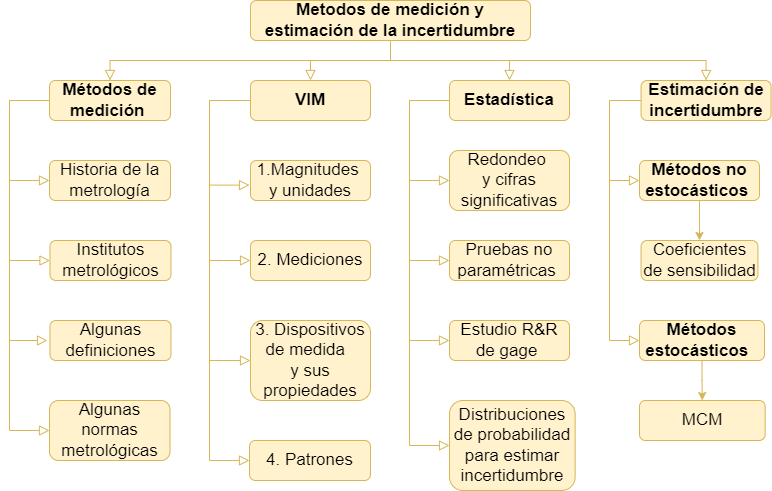
Earlier version of the draw.io export imagen/MMEI.png (estadisticaITM/estadisticaITM.github.io). Source tidied: cells renumbered, new cells last; positions are measured from the earlier drawing's top-left corner, leaving out a move shared by most shapes.
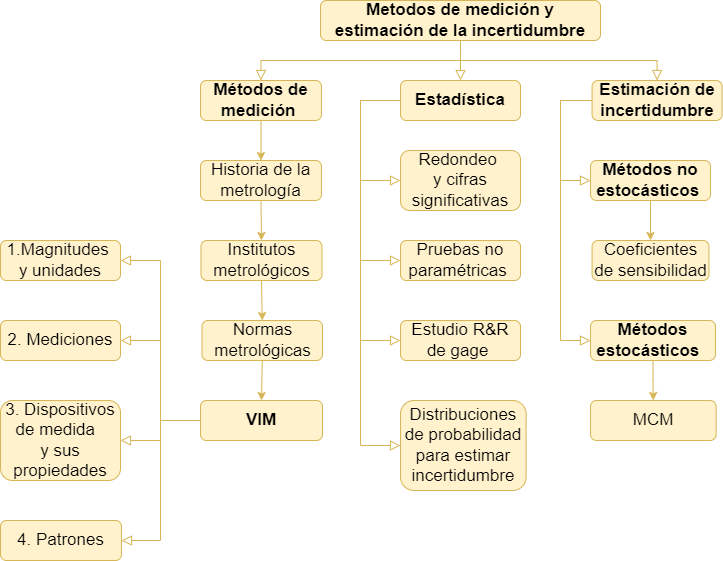
Later version of the same file.

What changed in the source:
```diff
@@ -5,33 +5,25 @@
     <mxCell id="2" style="rounded=0;html=1;jettySize=auto;fontSize=17;endArrow=block;endFill=0;endSize=8;strokeWidth=1;shadow=0;labelBackgroundColor=none;edgeStyle=orthogonalEdgeStyle;fillColor=#fff2cc;strokeColor=#d6b656;exitX=0.5;exitY=1;exitDx=0;exitDy=0;entryX=0.5;entryY=0;entryDx=0;entryDy=0;" parent="1" edge="1" source="3" target="5">
       <mxGeometry relative="1" as="geometry">
         <Array as="points">
-          <mxPoint x="381" y="60" />
-          <mxPoint x="101" y="60" />
+          <mxPoint x="500" y="60" />
+          <mxPoint x="301" y="60" />
         </Array>
       </mxGeometry>
     </mxCell>
     <mxCell id="3" value="&lt;b&gt;Metodos de medición y estimación de la incertidumbre&lt;/b&gt;" style="rounded=1;whiteSpace=wrap;html=1;fontSize=17;glass=0;strokeWidth=1;shadow=0;fillColor=#fff2cc;strokeColor=#d6b656;" parent="1" vertex="1">
-      <mxGeometry x="241" width="280" height="40" as="geometry" />
+      <mxGeometry x="360" width="280" height="40" as="geometry" />
     </mxCell>
     <mxCell id="4" style="edgeStyle=orthogonalEdgeStyle;rounded=0;html=1;jettySize=auto;fontSize=17;endArrow=block;endFill=0;endSize=8;strokeWidth=1;shadow=0;labelBackgroundColor=none;fillColor=#fff2cc;strokeColor=#d6b656;exitX=0.5;exitY=1;exitDx=0;exitDy=0;entryX=0.5;entryY=0;entryDx=0;entryDy=0;" parent="1" edge="1" source="3" target="10">
       <mxGeometry y="10" relative="1" as="geometry">
         <Array as="points">
-          <mxPoint x="381" y="60" />
+          <mxPoint x="500" y="60" />
           <mxPoint x="697" y="60" />
         </Array>
       </mxGeometry>
     </mxCell>
     <mxCell id="5" value="Métodos de medición&amp;nbsp;" style="rounded=1;whiteSpace=wrap;html=1;fontSize=17;glass=0;strokeWidth=1;shadow=0;fillColor=#fff2cc;strokeColor=#d6b656;fontStyle=1;" parent="1" vertex="1">
-      <mxGeometry x="40" y="80" width="121" height="40" as="geometry" />
+      <mxGeometry x="240" y="80" width="121" height="40" as="geometry" />
     </mxCell>
-    <mxCell id="6" style="rounded=0;html=1;jettySize=auto;fontSize=17;endArrow=block;endFill=0;endSize=8;strokeWidth=1;shadow=0;labelBackgroundColor=none;edgeStyle=orthogonalEdgeStyle;fillColor=#fff2cc;strokeColor=#d6b656;exitX=0.5;exitY=1;exitDx=0;exitDy=0;entryX=0.5;entryY=0;entryDx=0;entryDy=0;" parent="1" edge="1" source="3" target="8">
-      <mxGeometry x="0.33" y="20" relative="1" as="geometry">
-        <Array as="points">
-          <mxPoint x="335" y="60" />
-          <mxPoint x="300" y="60" />
-        </Array>
-      </mxGeometry>
-    </mxCell>
     <mxCell id="7" style="edgeStyle=orthogonalEdgeStyle;rounded=0;html=1;jettySize=auto;fontSize=17;endArrow=block;endFill=0;endSize=8;strokeWidth=1;shadow=0;labelBackgroundColor=none;fillColor=#fff2cc;strokeColor=#d6b656;exitX=0;exitY=0.5;exitDx=0;exitDy=0;entryX=0;entryY=0.5;entryDx=0;entryDy=0;" parent="1" edge="1" source="27" target="9">
       <mxGeometry y="10" relative="1" as="geometry">
         <Array as="points">
@@ -41,7 +33,7 @@
       </mxGeometry>
     </mxCell>
     <mxCell id="8" value="&lt;b&gt;VIM&lt;/b&gt;" style="rounded=1;whiteSpace=wrap;html=1;fontSize=17;glass=0;strokeWidth=1;shadow=0;fillColor=#fff2cc;strokeColor=#d6b656;" parent="1" vertex="1">
-      <mxGeometry x="241" y="80" width="120" height="40" as="geometry" />
+      <mxGeometry x="240" y="400" width="122" height="40" as="geometry" />
     </mxCell>
     <mxCell id="9" value="Estudio R&amp;amp;R de gage&amp;nbsp;" style="rounded=1;whiteSpace=wrap;html=1;fontSize=17;glass=0;strokeWidth=1;shadow=0;fillColor=#fff2cc;strokeColor=#d6b656;" parent="1" vertex="1">
       <mxGeometry x="440" y="320" width="120" height="40" as="geometry" />
@@ -103,22 +95,22 @@
       <mxGeometry x="631.6" y="240" width="116.9" height="40" as="geometry" />
     </mxCell>
     <mxCell id="22" value="1.Magnitudes&amp;nbsp;&lt;div&gt;y unidades&lt;/div&gt;" style="rounded=1;whiteSpace=wrap;html=1;fontSize=17;glass=0;strokeWidth=1;shadow=0;fillColor=#fff2cc;strokeColor=#d6b656;" parent="1" vertex="1">
-      <mxGeometry x="241" y="160" width="120" height="40" as="geometry" />
+      <mxGeometry x="40" y="240" width="120" height="40" as="geometry" />
     </mxCell>
     <mxCell id="23" value="2. Mediciones" style="rounded=1;whiteSpace=wrap;html=1;fontSize=17;glass=0;strokeWidth=1;shadow=0;fillColor=#fff2cc;strokeColor=#d6b656;" parent="1" vertex="1">
-      <mxGeometry x="241" y="240" width="120" height="40" as="geometry" />
+      <mxGeometry x="40" y="320" width="120" height="40" as="geometry" />
     </mxCell>
     <mxCell id="24" value="3. Dispositivos de medida&amp;nbsp;&amp;nbsp;&lt;div&gt;&lt;span style=&quot;background-color: initial;&quot;&gt;y sus propiedades&lt;/span&gt;&lt;/div&gt;" style="rounded=1;whiteSpace=wrap;html=1;fontSize=17;glass=0;strokeWidth=1;shadow=0;fillColor=#fff2cc;strokeColor=#d6b656;" parent="1" vertex="1">
-      <mxGeometry x="241" y="320" width="120" height="80" as="geometry" />
+      <mxGeometry x="40" y="400" width="120" height="80" as="geometry" />
     </mxCell>
     <mxCell id="25" value="4. Patrones" style="rounded=1;whiteSpace=wrap;html=1;fontSize=17;glass=0;strokeWidth=1;shadow=0;fillColor=#fff2cc;strokeColor=#d6b656;" parent="1" vertex="1">
-      <mxGeometry x="240" y="440" width="121" height="40" as="geometry" />
+      <mxGeometry x="40" y="520" width="121" height="40" as="geometry" />
     </mxCell>
-    <mxCell id="26" style="edgeStyle=orthogonalEdgeStyle;rounded=0;html=1;jettySize=auto;fontSize=17;endArrow=block;endFill=0;endSize=8;strokeWidth=1;shadow=0;labelBackgroundColor=none;fillColor=#fff2cc;strokeColor=#d6b656;exitX=0;exitY=0.5;exitDx=0;exitDy=0;entryX=-0.008;entryY=0.616;entryDx=0;entryDy=0;entryPerimeter=0;" parent="1" edge="1" source="8" target="22">
+    <mxCell id="26" style="edgeStyle=orthogonalEdgeStyle;rounded=0;html=1;jettySize=auto;fontSize=17;endArrow=block;endFill=0;endSize=8;strokeWidth=1;shadow=0;labelBackgroundColor=none;fillColor=#fff2cc;strokeColor=#d6b656;exitX=0;exitY=0.5;exitDx=0;exitDy=0;entryX=1;entryY=0.5;entryDx=0;entryDy=0;" parent="1" edge="1" source="8" target="24">
       <mxGeometry y="10" relative="1" as="geometry">
         <Array as="points">
-          <mxPoint x="200" y="100" />
-          <mxPoint x="200" y="185" />
+          <mxPoint x="200" y="420" />
+          <mxPoint x="200" y="440" />
         </Array>
       </mxGeometry>
     </mxCell>
@@ -133,28 +125,27 @@
         </Array>
       </mxGeometry>
     </mxCell>
-    <mxCell id="29" style="edgeStyle=orthogonalEdgeStyle;rounded=0;html=1;jettySize=auto;fontSize=17;endArrow=block;endFill=0;endSize=8;strokeWidth=1;shadow=0;labelBackgroundColor=none;fillColor=#fff2cc;strokeColor=#d6b656;entryX=0;entryY=0.5;entryDx=0;entryDy=0;" parent="1" edge="1" target="23">
+    <mxCell id="29" style="edgeStyle=orthogonalEdgeStyle;rounded=0;html=1;jettySize=auto;fontSize=17;endArrow=block;endFill=0;endSize=8;strokeWidth=1;shadow=0;labelBackgroundColor=none;fillColor=#fff2cc;strokeColor=#d6b656;entryX=1;entryY=0.5;entryDx=0;entryDy=0;exitX=0;exitY=0.5;exitDx=0;exitDy=0;" parent="1" edge="1" source="8" target="23">
       <mxGeometry y="10" relative="1" as="geometry">
-        <mxPoint x="236" y="100" as="sourcePoint" />
         <Array as="points">
-          <mxPoint x="200" y="100" />
-          <mxPoint x="200" y="260" />
+          <mxPoint x="200" y="420" />
+          <mxPoint x="200" y="340" />
         </Array>
       </mxGeometry>
     </mxCell>
-    <mxCell id="30" style="edgeStyle=orthogonalEdgeStyle;rounded=0;html=1;jettySize=auto;fontSize=17;endArrow=block;endFill=0;endSize=8;strokeWidth=1;shadow=0;labelBackgroundColor=none;fillColor=#fff2cc;strokeColor=#d6b656;entryX=0;entryY=0.5;entryDx=0;entryDy=0;exitX=0;exitY=0.5;exitDx=0;exitDy=0;" parent="1" edge="1" source="8" target="24">
+    <mxCell id="30" style="edgeStyle=orthogonalEdgeStyle;rounded=0;html=1;jettySize=auto;fontSize=17;endArrow=block;endFill=0;endSize=8;strokeWidth=1;shadow=0;labelBackgroundColor=none;fillColor=#fff2cc;strokeColor=#d6b656;exitX=0;exitY=0.5;exitDx=0;exitDy=0;entryX=1;entryY=0.5;entryDx=0;entryDy=0;" parent="1" edge="1" source="8" target="22">
       <mxGeometry y="10" relative="1" as="geometry">
         <Array as="points">
-          <mxPoint x="200" y="100" />
-          <mxPoint x="200" y="360" />
+          <mxPoint x="200" y="420" />
+          <mxPoint x="200" y="260" />
         </Array>
       </mxGeometry>
     </mxCell>
-    <mxCell id="31" style="edgeStyle=orthogonalEdgeStyle;rounded=0;html=1;jettySize=auto;fontSize=17;endArrow=block;endFill=0;endSize=8;strokeWidth=1;shadow=0;labelBackgroundColor=none;fillColor=#fff2cc;strokeColor=#d6b656;entryX=0;entryY=0.5;entryDx=0;entryDy=0;exitX=0;exitY=0.5;exitDx=0;exitDy=0;" parent="1" edge="1" source="8" target="25">
+    <mxCell id="31" style="edgeStyle=orthogonalEdgeStyle;rounded=0;html=1;jettySize=auto;fontSize=17;endArrow=block;endFill=0;endSize=8;strokeWidth=1;shadow=0;labelBackgroundColor=none;fillColor=#fff2cc;strokeColor=#d6b656;entryX=1;entryY=0.5;entryDx=0;entryDy=0;exitX=0;exitY=0.5;exitDx=0;exitDy=0;" parent="1" edge="1" source="8" target="25">
       <mxGeometry y="10" relative="1" as="geometry">
         <Array as="points">
-          <mxPoint x="200" y="100" />
-          <mxPoint x="200" y="460" />
+          <mxPoint x="200" y="420" />
+          <mxPoint x="200" y="540" />
         </Array>
       </mxGeometry>
     </mxCell>
@@ -162,53 +153,14 @@
       <mxGeometry relative="1" as="geometry" />
     </mxCell>
     <mxCell id="33" value="Historia de la metrología" style="rounded=1;whiteSpace=wrap;html=1;fillColor=#fff2cc;strokeColor=#d6b656;fontSize=17;" parent="1" vertex="1">
-      <mxGeometry x="40" y="160" width="121" height="40" as="geometry" />
+      <mxGeometry x="240" y="160" width="121" height="40" as="geometry" />
     </mxCell>
     <mxCell id="34" value="Institutos metrológicos" style="rounded=1;whiteSpace=wrap;html=1;fillColor=#fff2cc;strokeColor=#d6b656;fontSize=17;" parent="1" vertex="1">
-      <mxGeometry x="40.5" y="240" width="121" height="40" as="geometry" />
+      <mxGeometry x="240.5" y="240" width="121" height="40" as="geometry" />
     </mxCell>
-    <mxCell id="35" style="edgeStyle=orthogonalEdgeStyle;rounded=0;html=1;jettySize=auto;fontSize=17;endArrow=block;endFill=0;endSize=8;strokeWidth=1;shadow=0;labelBackgroundColor=none;fillColor=#fff2cc;strokeColor=#d6b656;entryX=0;entryY=0.5;entryDx=0;entryDy=0;exitX=0;exitY=0.5;exitDx=0;exitDy=0;" parent="1" edge="1" source="5" target="33">
-      <mxGeometry y="10" relative="1" as="geometry">
-        <Array as="points">
-          <mxPoint y="100" />
-          <mxPoint y="180" />
-        </Array>
-      </mxGeometry>
-    </mxCell>
-    <mxCell id="36" style="edgeStyle=orthogonalEdgeStyle;rounded=0;html=1;jettySize=auto;fontSize=17;endArrow=block;endFill=0;endSize=8;strokeWidth=1;shadow=0;labelBackgroundColor=none;fillColor=#fff2cc;strokeColor=#d6b656;entryX=0;entryY=0.5;entryDx=0;entryDy=0;" parent="1" edge="1" target="34">
-      <mxGeometry y="10" relative="1" as="geometry">
-        <mxPoint x="31" y="100" as="sourcePoint" />
-        <Array as="points">
-          <mxPoint y="100" />
-          <mxPoint y="260" />
-        </Array>
-      </mxGeometry>
-    </mxCell>
-    <mxCell id="37" value="Algunas normas metrológicas" style="rounded=1;whiteSpace=wrap;html=1;fillColor=#fff2cc;strokeColor=#d6b656;fontSize=17;" parent="1" vertex="1">
-      <mxGeometry x="40" y="400" width="120.5" height="60" as="geometry" />
+    <mxCell id="37" value="&lt;div&gt;&lt;span style=&quot;background-color: initial;&quot;&gt;Normas metrológicas&lt;/span&gt;&lt;br&gt;&lt;/div&gt;" style="rounded=1;whiteSpace=wrap;html=1;fillColor=#fff2cc;strokeColor=#d6b656;fontSize=17;" parent="1" vertex="1">
+      <mxGeometry x="241.5" y="320" width="120.5" height="40" as="geometry" />
     </mxCell>
-    <mxCell id="38" style="edgeStyle=orthogonalEdgeStyle;rounded=0;html=1;jettySize=auto;fontSize=17;endArrow=block;endFill=0;endSize=8;strokeWidth=1;shadow=0;labelBackgroundColor=none;fillColor=#fff2cc;strokeColor=#d6b656;entryX=0;entryY=0.5;entryDx=0;entryDy=0;exitX=0;exitY=0.5;exitDx=0;exitDy=0;" parent="1" edge="1" target="37">
-      <mxGeometry y="10" relative="1" as="geometry">
-        <mxPoint x="31" y="100" as="sourcePoint" />
-        <Array as="points">
-          <mxPoint y="100" />
-          <mxPoint y="430" />
-        </Array>
-      </mxGeometry>
-    </mxCell>
-    <mxCell id="39" value="Algunas&lt;div&gt;definiciones&lt;/div&gt;" style="rounded=1;whiteSpace=wrap;html=1;fillColor=#fff2cc;strokeColor=#d6b656;fontSize=17;" parent="1" vertex="1">
-      <mxGeometry x="40.5" y="320" width="121" height="40" as="geometry" />
-    </mxCell>
-    <mxCell id="40" style="rounded=0;html=1;jettySize=auto;orthogonalLoop=1;fontSize=17;endArrow=block;endFill=0;endSize=8;strokeWidth=1;shadow=0;labelBackgroundColor=none;edgeStyle=orthogonalEdgeStyle;fillColor=#fff2cc;strokeColor=#d6b656;entryX=0;entryY=0.5;entryDx=0;entryDy=0;exitX=0;exitY=0.5;exitDx=0;exitDy=0;" parent="1" edge="1">
-      <mxGeometry y="20" relative="1" as="geometry">
-        <mxPoint x="40" y="100" as="sourcePoint" />
-        <mxPoint x="38" y="340" as="targetPoint" />
-        <Array as="points">
-          <mxPoint y="100" />
-          <mxPoint y="340" />
-        </Array>
-      </mxGeometry>
-    </mxCell>
     <mxCell id="41" value="Distribuciones de probabilidad para estimar incertidumbre" style="rounded=1;whiteSpace=wrap;html=1;fontSize=17;glass=0;strokeWidth=1;shadow=0;fillColor=#fff2cc;strokeColor=#d6b656;" parent="1" vertex="1">
       <mxGeometry x="440" y="400" width="125.6" height="90" as="geometry" />
     </mxCell>
@@ -221,5 +173,17 @@
         </Array>
       </mxGeometry>
     </mxCell>
+    <mxCell id="35" style="endArrow=classic;html=1;rounded=0;fillColor=#fff2cc;strokeColor=#d6b656;exitX=0.5;exitY=1;exitDx=0;exitDy=0;entryX=0.5;entryY=0;entryDx=0;entryDy=0;" parent="1" edge="1" source="5" target="33">
+      <mxGeometry relative="1" as="geometry" />
+    </mxCell>
+    <mxCell id="43" style="endArrow=classic;html=1;rounded=0;fillColor=#fff2cc;strokeColor=#d6b656;exitX=0.5;exitY=1;exitDx=0;exitDy=0;entryX=0.5;entryY=0;entryDx=0;entryDy=0;" parent="1" edge="1" source="33" target="34">
+      <mxGeometry relative="1" as="geometry" />
+    </mxCell>
+    <mxCell id="44" style="endArrow=classic;html=1;rounded=0;fillColor=#fff2cc;strokeColor=#d6b656;exitX=0.5;exitY=1;exitDx=0;exitDy=0;entryX=0.5;entryY=0;entryDx=0;entryDy=0;" parent="1" edge="1" source="34" target="37">
+      <mxGeometry relative="1" as="geometry" />
+    </mxCell>
+    <mxCell id="45" style="endArrow=classic;html=1;rounded=0;fillColor=#fff2cc;strokeColor=#d6b656;exitX=0.5;exitY=1;exitDx=0;exitDy=0;entryX=0.5;entryY=0;entryDx=0;entryDy=0;" parent="1" edge="1" source="37" target="8">
+      <mxGeometry relative="1" as="geometry" />
+    </mxCell>
   </root>
 </mxGraphModel>
```
